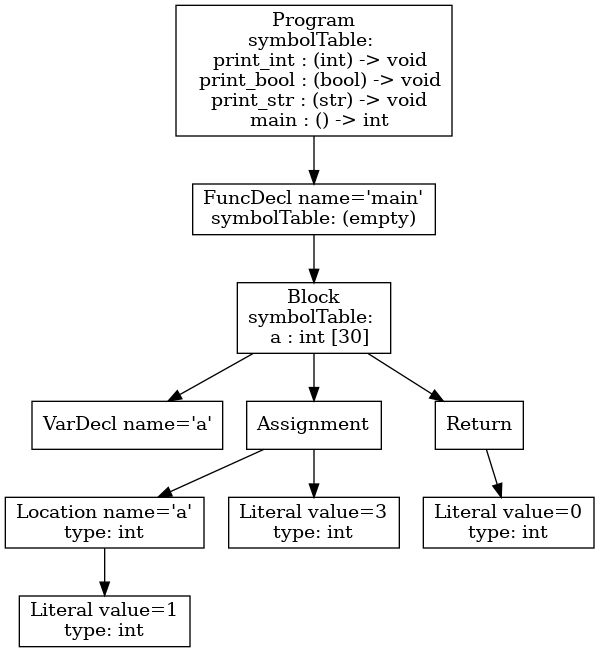
tran3jm/f22_compilers keeps this Graphviz diagram as p3-analysis/ast.png. Above is the earlier version. Its source is kept beside it as p3-analysis/ast.dot. Its diagram source:
```dot
digraph AST {
3 [shape=box, label="VarDecl name='a'"];
6 [shape=box, label="Literal value=1\ntype: int"];
5 [shape=box, label="Location name='a'\ntype: int"];
5 -> 6;
7 [shape=box, label="Literal value=3\ntype: int"];
4 [shape=box, label="Assignment"];
4 -> 5;
4 -> 7;
9 [shape=box, label="Literal value=0\ntype: int"];
8 [shape=box, label="Return"];
8 -> 9;
2 [shape=box, label="Block\nsymbolTable: \n  a : int [30]"];
2 -> 3;
2 -> 4;
2 -> 8;
1 [shape=box, label="FuncDecl name='main'\nsymbolTable: (empty)"];
1 -> 2;
0 [shape=box, label="Program\nsymbolTable: \n  print_int : (int) -> void\n  print_bool : (bool) -> void\n  print_str : (str) -> void\n  main : () -> int"];
0 -> 1;
}
```
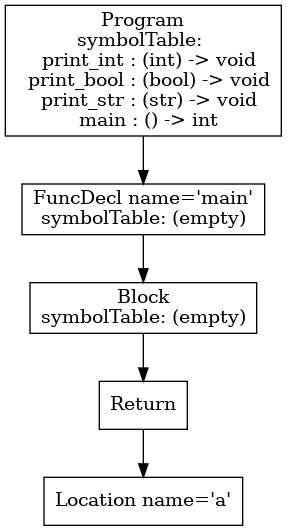
Above is the later version.

The edit, as a diff of the source:
```diff
@@ -1,19 +1,9 @@
 digraph AST {
-3 [shape=box, label="VarDecl name='a'"];
-6 [shape=box, label="Literal value=1\ntype: int"];
-5 [shape=box, label="Location name='a'\ntype: int"];
-5 -> 6;
-7 [shape=box, label="Literal value=3\ntype: int"];
-4 [shape=box, label="Assignment"];
-4 -> 5;
-4 -> 7;
-9 [shape=box, label="Literal value=0\ntype: int"];
-8 [shape=box, label="Return"];
-8 -> 9;
-2 [shape=box, label="Block\nsymbolTable: \n  a : int [30]"];
+4 [shape=box, label="Location name='a'"];
+3 [shape=box, label="Return"];
+3 -> 4;
+2 [shape=box, label="Block\nsymbolTable: (empty)"];
 2 -> 3;
-2 -> 4;
-2 -> 8;
 1 [shape=box, label="FuncDecl name='main'\nsymbolTable: (empty)"];
 1 -> 2;
 0 [shape=box, label="Program\nsymbolTable: \n  print_int : (int) -> void\n  print_bool : (bool) -> void\n  print_str : (str) -> void\n  main : () -> int"];
```
